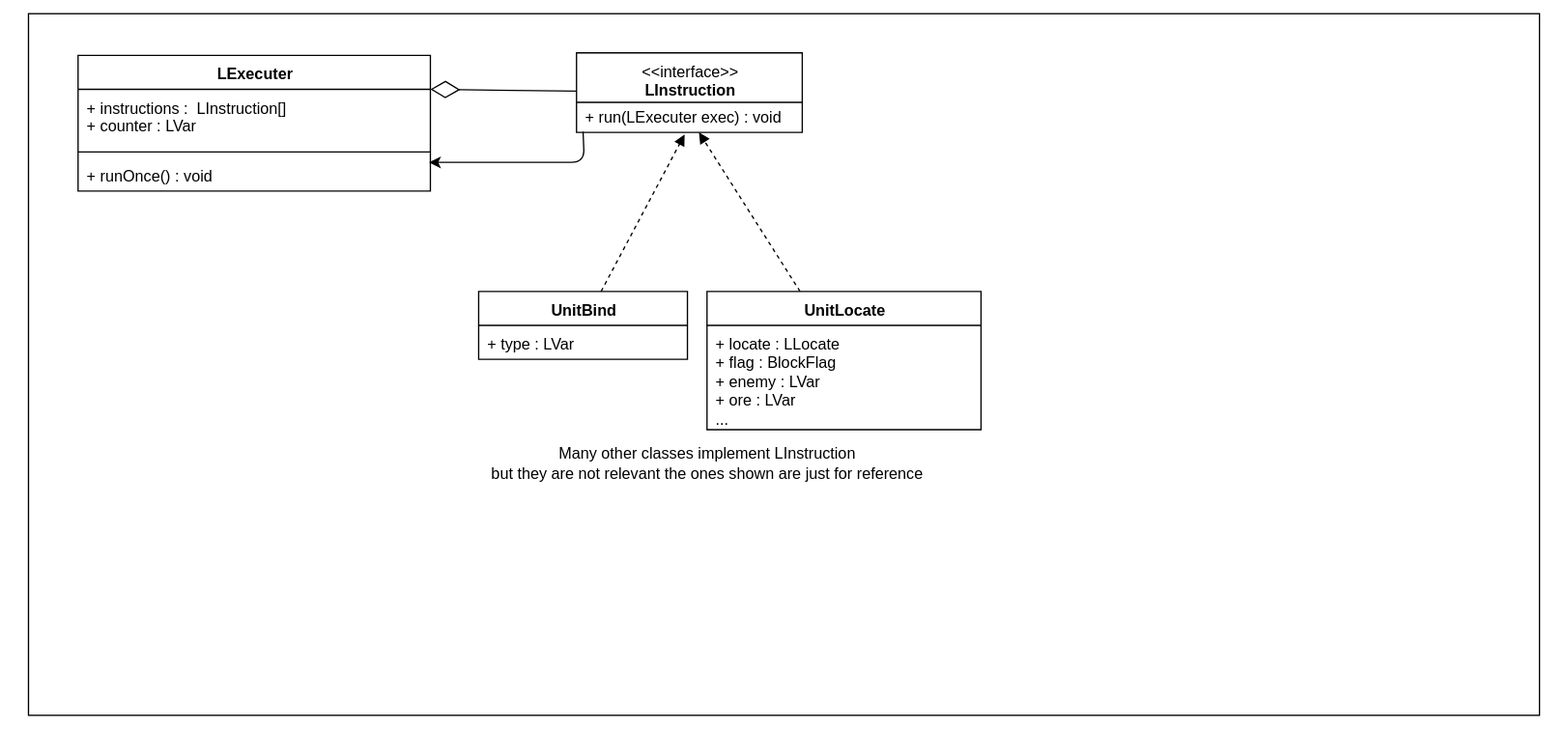
This is SE202526/Milestone2/DesignPatterns/GabrielFalcao/Assets/VisitorPattern.svg from gabits17/Mindustry-Add-ons-SE-Project, a draw.io export, as it was before one commit. Source tidied: cells renumbered, new cells last; positions are measured from the earlier drawing's top-left corner, leaving out a move shared by most shapes. Source of this version:
```xml
<mxGraphModel>
  <root>
    <mxCell id="0" />
    <mxCell id="1" parent="0" />
    <mxCell id="2" style="rounded=0;whiteSpace=wrap;html=1;" parent="1" vertex="1">
      <mxGeometry width="1158" height="538" as="geometry" />
    </mxCell>
    <mxCell id="3" value="LExecuter" style="swimlane;fontStyle=1;align=center;verticalAlign=top;horizontal=1;startSize=26;whiteSpace=wrap;html=1;" parent="1" vertex="1">
      <mxGeometry x="38" y="32" width="270" height="104" as="geometry" />
    </mxCell>
    <mxCell id="4" value="+ instructions :&amp;nbsp; LInstruction[]&lt;br&gt;+ counter : LVar&lt;br&gt;" style="text;strokeColor=none;fillColor=none;align=left;verticalAlign=top;spacingLeft=4;spacingRight=4;overflow=hidden;whiteSpace=wrap;html=1;" parent="3" vertex="1">
      <mxGeometry y="26" width="270" height="44" as="geometry" />
    </mxCell>
    <mxCell id="5" style="line;strokeWidth=1;fillColor=none;align=left;verticalAlign=middle;spacingTop=-1;spacingLeft=3;spacingRight=3;labelPosition=right;strokeColor=inherit;" parent="3" vertex="1">
      <mxGeometry y="70" width="270" height="8" as="geometry" />
    </mxCell>
    <mxCell id="6" value="+ runOnce() : void" style="text;strokeColor=none;fillColor=none;align=left;verticalAlign=top;spacingLeft=4;spacingRight=4;overflow=hidden;whiteSpace=wrap;html=1;" parent="3" vertex="1">
      <mxGeometry y="78" width="270" height="26" as="geometry" />
    </mxCell>
    <mxCell id="7" style="edgeStyle=none;html=1;entryX=1;entryY=0.25;entryDx=0;entryDy=0;endArrow=diamondThin;endFill=0;endSize=20;" parent="1" edge="1" source="8" target="3">
      <mxGeometry relative="1" as="geometry" />
    </mxCell>
    <mxCell id="8" value="&amp;lt;&amp;lt;interface&amp;gt;&amp;gt;&lt;br&gt;&lt;b&gt;LInstruction&lt;/b&gt;" style="swimlane;fontStyle=0;align=center;verticalAlign=top;horizontal=1;startSize=38;html=1;whiteSpace=wrap;" parent="1" vertex="1">
      <mxGeometry x="420" y="30" width="173" height="61" as="geometry" />
    </mxCell>
    <mxCell id="9" value="+ run(LExecuter exec) : void" style="text;html=1;strokeColor=none;fillColor=none;align=left;verticalAlign=middle;spacingLeft=4;spacingRight=4;overflow=hidden;points=[[0,0.5],[1,0.5]];portConstraint=eastwest;whiteSpace=wrap;" parent="8" vertex="1">
      <mxGeometry y="38" width="173" height="23" as="geometry" />
    </mxCell>
    <mxCell id="10" value="UnitBind" style="swimlane;fontStyle=1;align=center;verticalAlign=top;horizontal=1;startSize=26;whiteSpace=wrap;html=1;" parent="1" vertex="1">
      <mxGeometry x="345" y="213" width="160" height="52" as="geometry" />
    </mxCell>
    <mxCell id="11" value="+ type : LVar" style="text;strokeColor=none;fillColor=none;align=left;verticalAlign=top;spacingLeft=4;spacingRight=4;overflow=hidden;whiteSpace=wrap;html=1;" parent="10" vertex="1">
      <mxGeometry y="26" width="160" height="26" as="geometry" />
    </mxCell>
    <mxCell id="12" style="edgeStyle=none;html=1;entryX=0.479;entryY=1.069;entryDx=0;entryDy=0;entryPerimeter=0;endArrow=block;endFill=1;dashed=1;" parent="1" edge="1" source="10" target="9">
      <mxGeometry relative="1" as="geometry" />
    </mxCell>
    <mxCell id="13" style="edgeStyle=none;html=1;endArrow=block;endFill=1;dashed=1;" parent="1" edge="1" source="14" target="9">
      <mxGeometry relative="1" as="geometry" />
    </mxCell>
    <mxCell id="14" value="UnitLocate" style="swimlane;fontStyle=1;align=center;verticalAlign=top;horizontal=1;startSize=26;whiteSpace=wrap;html=1;" parent="1" vertex="1">
      <mxGeometry x="520" y="213" width="210" height="106" as="geometry" />
    </mxCell>
    <mxCell id="15" value="+ locate : LLocate&amp;nbsp;&lt;br&gt;+ flag : BlockFlag&lt;br&gt;+ enemy : LVar&lt;br&gt;+ ore : LVar&lt;br&gt;..." style="text;strokeColor=none;fillColor=none;align=left;verticalAlign=top;spacingLeft=4;spacingRight=4;overflow=hidden;whiteSpace=wrap;html=1;" parent="14" vertex="1">
      <mxGeometry y="26" width="210" height="80" as="geometry" />
    </mxCell>
    <mxCell id="16" value="Many other classes implement LInstruction&lt;br&gt;but they are not relevant the ones shown are just for reference" style="text;html=1;align=center;verticalAlign=middle;strokeColor=none;fillColor=none;" parent="1" vertex="1">
      <mxGeometry x="345" y="324" width="349" height="41" as="geometry" />
    </mxCell>
    <mxCell id="17" style="edgeStyle=none;html=1;exitX=0.029;exitY=0.979;exitDx=0;exitDy=0;exitPerimeter=0;" parent="1" edge="1" source="9">
      <mxGeometry relative="1" as="geometry">
        <mxPoint x="307" y="114" as="targetPoint" />
        <Array as="points">
          <mxPoint x="426" y="114" />
        </Array>
      </mxGeometry>
    </mxCell>
  </root>
</mxGraphModel>
```
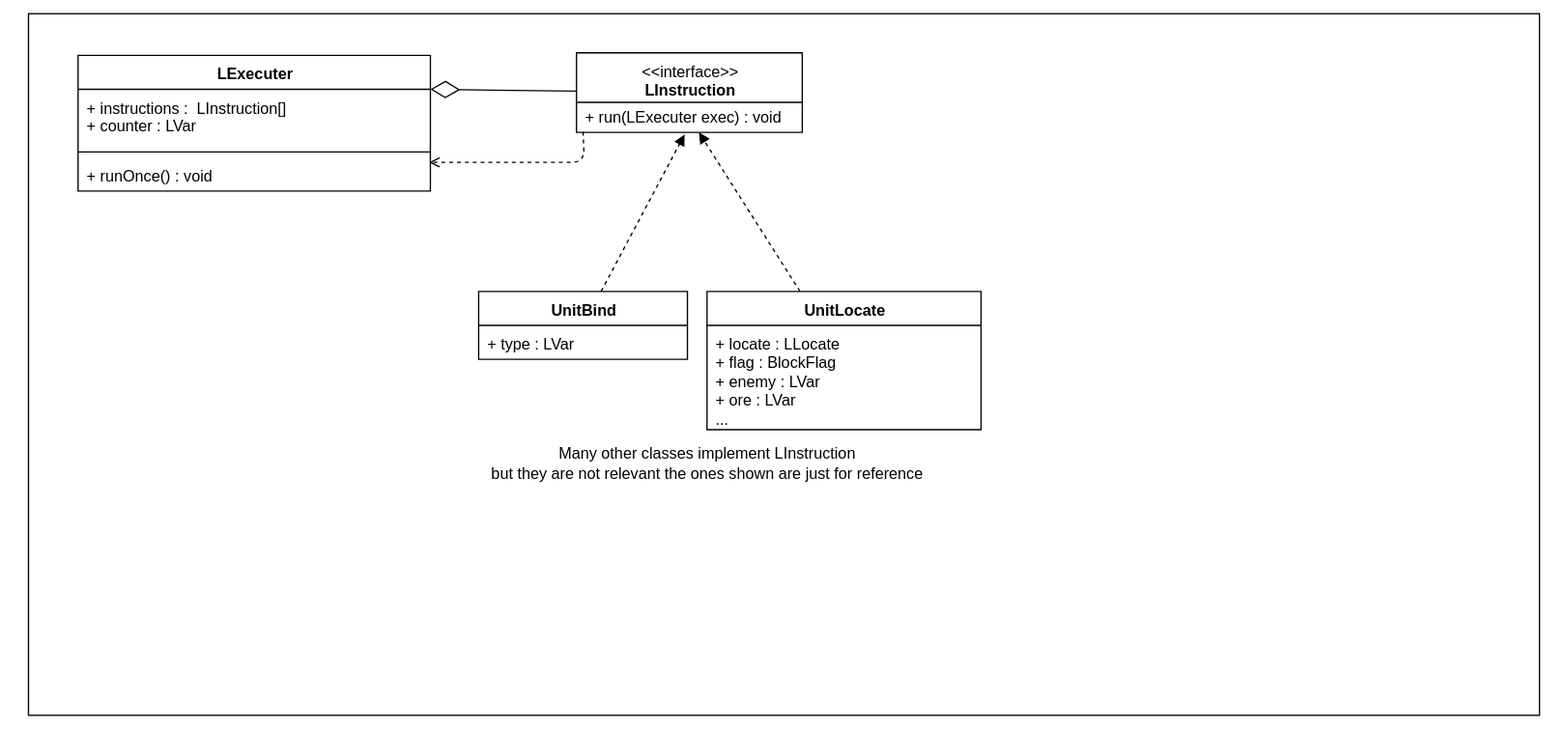
Later version of the same file.

Commit message:
Added review do Diogo Antunes (67763)  Memento Design Pattern, also fixed one of the arrow in the Visior Diagram

Change to the diagram source:
```diff
@@ -2,7 +2,7 @@
   <root>
     <mxCell id="0" />
     <mxCell id="1" parent="0" />
-    <mxCell id="2" style="rounded=0;whiteSpace=wrap;html=1;" parent="1" vertex="1">
+    <mxCell id="2" style="rounded=0;whiteSpace=wrap;html=1;glass=0;" parent="1" vertex="1">
       <mxGeometry width="1158" height="538" as="geometry" />
     </mxCell>
     <mxCell id="3" value="LExecuter" style="swimlane;fontStyle=1;align=center;verticalAlign=top;horizontal=1;startSize=26;whiteSpace=wrap;html=1;" parent="1" vertex="1">
@@ -32,10 +32,10 @@
     <mxCell id="11" value="+ type : LVar" style="text;strokeColor=none;fillColor=none;align=left;verticalAlign=top;spacingLeft=4;spacingRight=4;overflow=hidden;whiteSpace=wrap;html=1;" parent="10" vertex="1">
       <mxGeometry y="26" width="160" height="26" as="geometry" />
     </mxCell>
-    <mxCell id="12" style="edgeStyle=none;html=1;entryX=0.479;entryY=1.069;entryDx=0;entryDy=0;entryPerimeter=0;endArrow=block;endFill=1;dashed=1;" parent="1" edge="1" source="10" target="9">
+    <mxCell id="12" style="edgeStyle=none;html=1;entryX=0.479;entryY=1.069;entryDx=0;entryDy=0;entryPerimeter=0;endArrow=block;endFill=1;dashed=1;shadow=0;startFill=1;" parent="1" edge="1" source="10" target="9">
       <mxGeometry relative="1" as="geometry" />
     </mxCell>
-    <mxCell id="13" style="edgeStyle=none;html=1;endArrow=block;endFill=1;dashed=1;" parent="1" edge="1" source="14" target="9">
+    <mxCell id="13" style="edgeStyle=none;html=1;endArrow=block;endFill=1;dashed=1;shadow=0;startFill=1;" parent="1" edge="1" source="14" target="9">
       <mxGeometry relative="1" as="geometry" />
     </mxCell>
     <mxCell id="14" value="UnitLocate" style="swimlane;fontStyle=1;align=center;verticalAlign=top;horizontal=1;startSize=26;whiteSpace=wrap;html=1;" parent="1" vertex="1">
@@ -47,7 +47,7 @@
     <mxCell id="16" value="Many other classes implement LInstruction&lt;br&gt;but they are not relevant the ones shown are just for reference" style="text;html=1;align=center;verticalAlign=middle;strokeColor=none;fillColor=none;" parent="1" vertex="1">
       <mxGeometry x="345" y="324" width="349" height="41" as="geometry" />
     </mxCell>
-    <mxCell id="17" style="edgeStyle=none;html=1;exitX=0.029;exitY=0.979;exitDx=0;exitDy=0;exitPerimeter=0;" parent="1" edge="1" source="9">
+    <mxCell id="17" style="edgeStyle=none;html=1;exitX=0.029;exitY=0.979;exitDx=0;exitDy=0;exitPerimeter=0;dashed=1;endArrow=open;endFill=0;" parent="1" edge="1" source="9">
       <mxGeometry relative="1" as="geometry">
         <mxPoint x="307" y="114" as="targetPoint" />
         <Array as="points">
```
